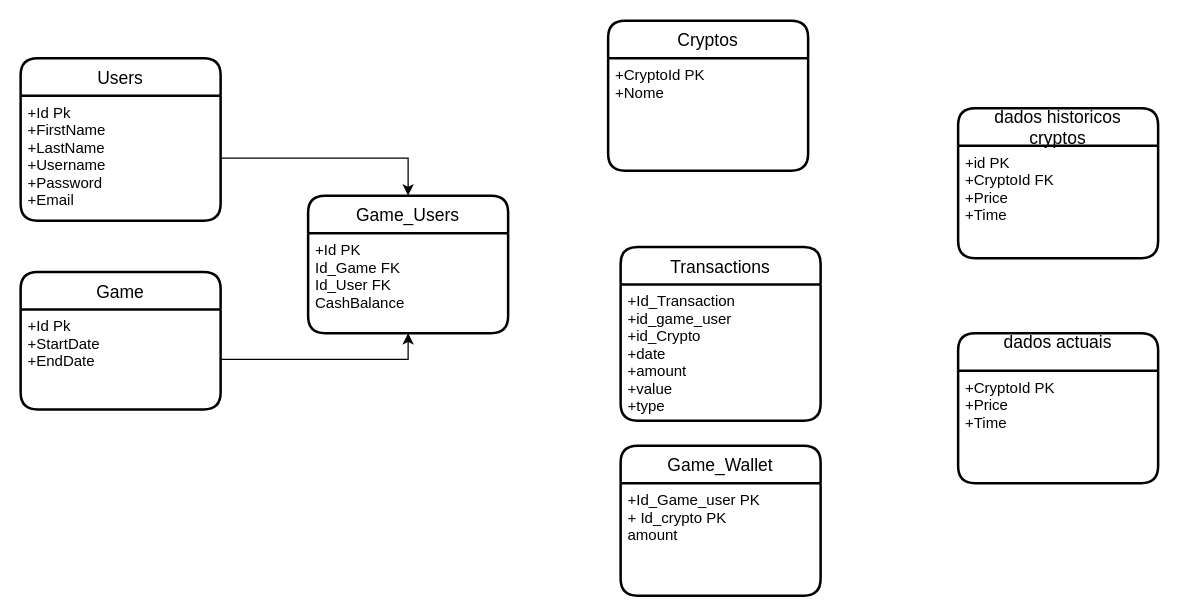
Above: page "UML Base Dados" (2 of 2) of Esquemas.drawio in pmdmartins21/Crypto-Challenge (draw.io), before the change. Source tidied: cells renumbered, new cells numbered last; positions are measured from the earlier drawing's top-left corner, leaving out a move shared by most shapes. Both pictures are drawn from the tidied source at 125%, with x=0, y=0 at pixel (20, 20).
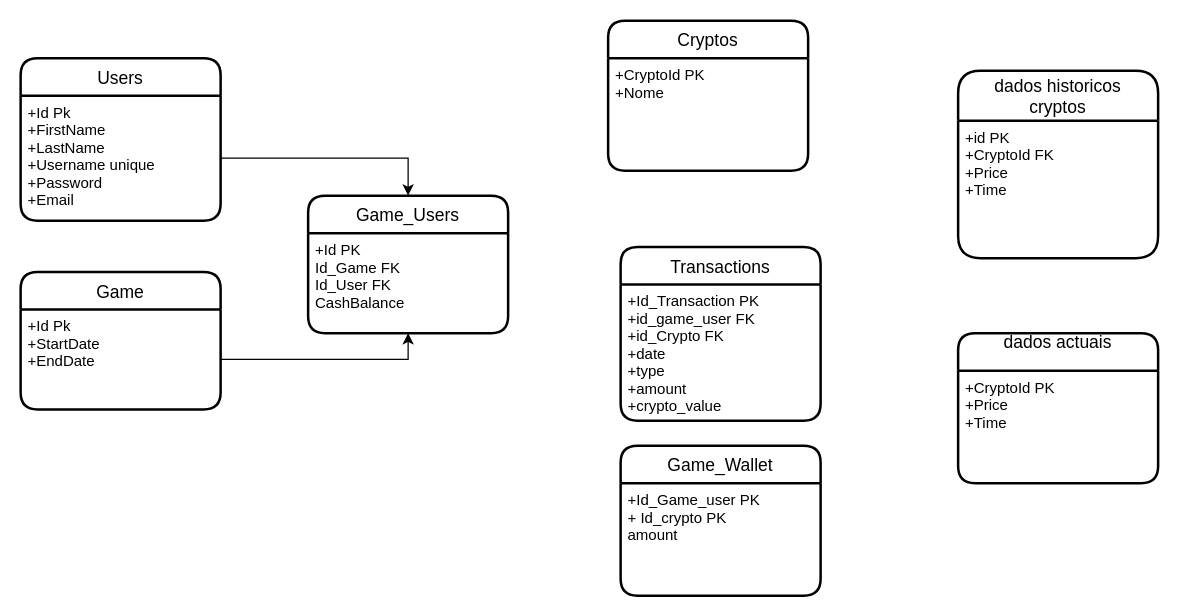
Above is the later version.

Commit message (it also covers changes not shown here):
database update and test enumeration

The change refers to these unchanged cells:
```xml
<mxCell id="2" value="Users" style="swimlane;horizontal=1;startSize=30;rounded=1;fontSize=14;fontStyle=0;strokeWidth=2;shadow=0;dashed=0;align=center;" parent="1" vertex="1">
  <mxGeometry y="30" width="160" height="130" as="geometry" />
</mxCell>
<mxCell id="21" value="Transactions" style="swimlane;horizontal=1;startSize=30;rounded=1;fontSize=14;fontStyle=0;strokeWidth=2;shadow=0;dashed=0;align=center;" parent="1" vertex="1">
  <mxGeometry x="480" y="181" width="160" height="139" as="geometry" />
</mxCell>
```

Change to the diagram source:
```diff
@@
-    <mxCell id="3" value="+Id Pk&#10;+FirstName&#10;+LastName&#10;+Username&#10;+Password&#10;+Email" style="align=left;strokeColor=none;fillColor=none;spacingLeft=4;fontSize=12;verticalAlign=top;" parent="2" vertex="1">
+    <mxCell id="3" value="+Id Pk&#10;+FirstName&#10;+LastName&#10;+Username unique&#10;+Password&#10;+Email" style="align=left;strokeColor=none;fillColor=none;spacingLeft=4;fontSize=12;verticalAlign=top;" parent="2" vertex="1">
       <mxGeometry y="30" width="160" height="100" as="geometry" />
     </mxCell>
@@
-    <mxCell id="7" value="dados historicos&#10;cryptos" style="swimlane;horizontal=1;startSize=30;rounded=1;fontSize=14;fontStyle=0;strokeWidth=2;shadow=0;dashed=0;align=center;" parent="1" vertex="1">
-      <mxGeometry x="750" y="70" width="160" height="120" as="geometry" />
+    <mxCell id="7" value="dados historicos&#10;cryptos" style="swimlane;horizontal=1;startSize=40;rounded=1;fontSize=14;fontStyle=0;strokeWidth=2;shadow=0;dashed=0;align=center;" parent="1" vertex="1">
+      <mxGeometry x="750" y="40" width="160" height="150" as="geometry" />
     </mxCell>
     <mxCell id="8" value="+id PK&#10;+CryptoId FK&#10;+Price&#10;+Time" style="align=left;strokeColor=none;fillColor=none;spacingLeft=4;fontSize=12;verticalAlign=top;" parent="7" vertex="1">
-      <mxGeometry y="30" width="160" height="90" as="geometry" />
+      <mxGeometry y="40" width="160" height="110" as="geometry" />
     </mxCell>
@@
-    <mxCell id="22" value="+Id_Transaction&#10;+id_game_user&#10;+id_Crypto&#10;+date&#10;+amount&#10;+value&#10;+type" style="align=left;strokeColor=none;fillColor=none;spacingLeft=4;fontSize=12;verticalAlign=top;" parent="21" vertex="1">
+    <mxCell id="22" value="+Id_Transaction PK&#10;+id_game_user FK&#10;+id_Crypto FK&#10;+date&#10;+type&#10;+amount&#10;+crypto_value" style="align=left;strokeColor=none;fillColor=none;spacingLeft=4;fontSize=12;verticalAlign=top;" parent="21" vertex="1">
       <mxGeometry y="30" width="160" height="109" as="geometry" />
     </mxCell>
```
